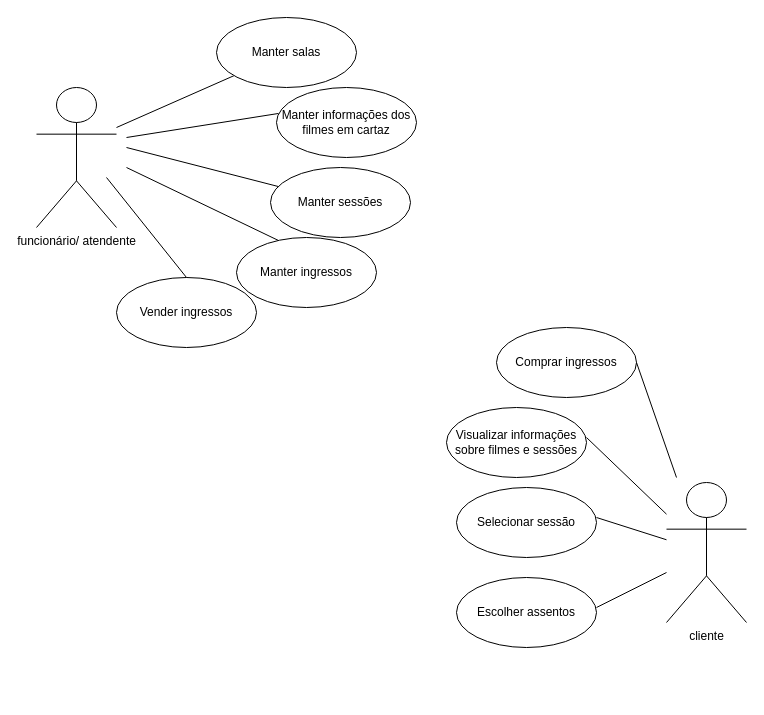
This is Exercício 1 - diagrama de caso de uso.drawio from LordKastorino/exerciciosCasoDeUso, a draw.io file, before an edit. Source tidied: cells renumbered, new cells numbered last; positions are measured from the earlier drawing's top-left corner, leaving out a move shared by most shapes. Both pictures are drawn from the tidied source at 100%, with x=0, y=0 at pixel (36, 17).
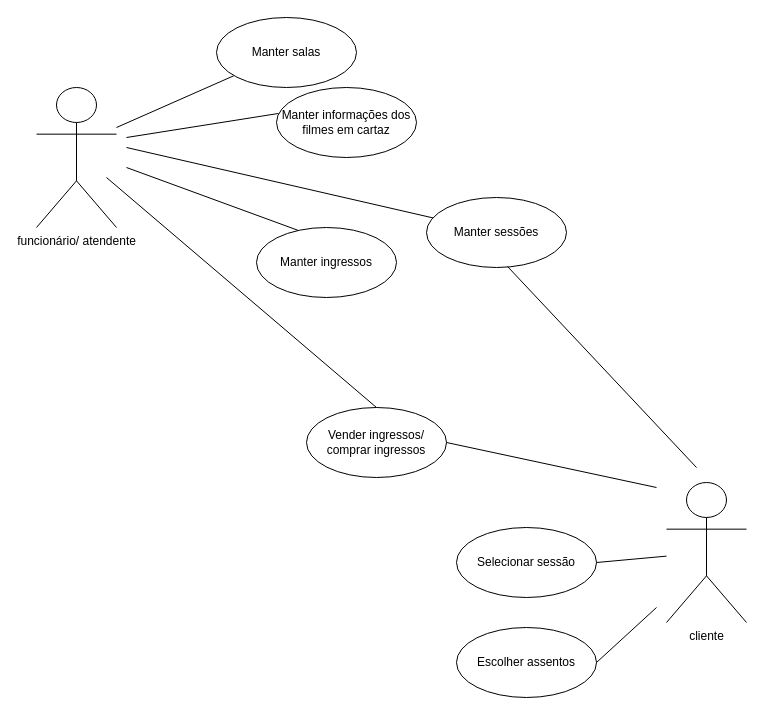
The same diagram, later.

Unchanged cells that the change refers to:
```xml
<mxCell id="11" value="cliente" style="shape=umlActor;html=1;verticalLabelPosition=bottom;verticalAlign=top;align=center;" parent="1" vertex="1">
  <mxGeometry x="630" y="465" width="80" height="140" as="geometry" />
</mxCell>
```

Diff of the diagram source:
```diff
@@
     <mxCell id="7" value="Manter sessões" style="ellipse;whiteSpace=wrap;html=1;" parent="1" vertex="1">
-      <mxGeometry x="234" y="150" width="140" height="70" as="geometry" />
+      <mxGeometry x="390" y="180" width="140" height="70" as="geometry" />
     </mxCell>
@@
     <mxCell id="9" value="Manter ingressos" style="ellipse;whiteSpace=wrap;html=1;" parent="1" vertex="1">
-      <mxGeometry x="200" y="220" width="140" height="70" as="geometry" />
+      <mxGeometry x="220" y="210" width="140" height="70" as="geometry" />
     </mxCell>
@@
-    <mxCell id="12" value="Vender ingressos" style="ellipse;whiteSpace=wrap;html=1;" parent="1" vertex="1">
-      <mxGeometry x="80" y="260" width="140" height="70" as="geometry" />
+    <mxCell id="12" value="Vender ingressos/ comprar ingressos" style="ellipse;whiteSpace=wrap;html=1;" parent="1" vertex="1">
+      <mxGeometry x="270" y="390" width="140" height="70" as="geometry" />
     </mxCell>
@@
-    <mxCell id="14" value="Comprar ingressos" style="ellipse;whiteSpace=wrap;html=1;" parent="1" vertex="1">
-      <mxGeometry x="460" y="310" width="140" height="70" as="geometry" />
-    </mxCell>
-    <mxCell id="15" style="rounded=0;jettySize=auto;html=1;endArrow=none;endFill=0;entryX=1;entryY=0.5;entryDx=0;entryDy=0;" parent="1" edge="1" target="14">
+    <mxCell id="15" style="rounded=0;jettySize=auto;html=1;endArrow=none;endFill=0;entryX=1;entryY=0.5;entryDx=0;entryDy=0;" parent="1" edge="1" target="12">
       <mxGeometry relative="1" as="geometry">
-        <mxPoint x="640" y="460" as="sourcePoint" />
+        <mxPoint x="620" y="470" as="sourcePoint" />
       </mxGeometry>
     </mxCell>
-    <mxCell id="16" value="Visualizar informações sobre filmes e sessões" style="ellipse;whiteSpace=wrap;html=1;" parent="1" vertex="1">
-      <mxGeometry x="410" y="390" width="140" height="70" as="geometry" />
-    </mxCell>
-    <mxCell id="17" style="rounded=0;jettySize=auto;html=1;endArrow=none;endFill=0;entryX=1;entryY=0.5;entryDx=0;entryDy=0;" parent="1" edge="1" source="11">
+    <mxCell id="17" style="rounded=0;jettySize=auto;html=1;endArrow=none;endFill=0;entryX=0.579;entryY=0.986;entryDx=0;entryDy=0;entryPerimeter=0;" parent="1" edge="1" target="7">
       <mxGeometry relative="1" as="geometry">
-        <mxPoint x="550" y="420" as="targetPoint" />
+        <mxPoint x="660" y="450" as="sourcePoint" />
       </mxGeometry>
     </mxCell>
     <mxCell id="18" value="Selecionar sessão" style="ellipse;whiteSpace=wrap;html=1;" parent="1" vertex="1">
-      <mxGeometry x="420" y="470" width="140" height="70" as="geometry" />
+      <mxGeometry x="420" y="510" width="140" height="70" as="geometry" />
     </mxCell>
-    <mxCell id="19" style="rounded=0;jettySize=auto;html=1;endArrow=none;endFill=0;entryX=1;entryY=0.5;entryDx=0;entryDy=0;" parent="1" edge="1" source="11">
-      <mxGeometry relative="1" as="geometry">
-        <mxPoint x="560" y="500" as="targetPoint" />
-      </mxGeometry>
+    <mxCell id="19" style="rounded=0;jettySize=auto;html=1;endArrow=none;endFill=0;entryX=1;entryY=0.5;entryDx=0;entryDy=0;" parent="1" edge="1" source="11" target="18">
+      <mxGeometry relative="1" as="geometry" />
     </mxCell>
     <mxCell id="20" value="Escolher assentos" style="ellipse;whiteSpace=wrap;html=1;" parent="1" vertex="1">
-      <mxGeometry x="420" y="560" width="140" height="70" as="geometry" />
+      <mxGeometry x="420" y="610" width="140" height="70" as="geometry" />
     </mxCell>
-    <mxCell id="21" style="rounded=0;jettySize=auto;html=1;endArrow=none;endFill=0;entryX=1;entryY=0.5;entryDx=0;entryDy=0;" parent="1" edge="1" source="11">
+    <mxCell id="21" style="rounded=0;jettySize=auto;html=1;endArrow=none;endFill=0;entryX=1;entryY=0.5;entryDx=0;entryDy=0;" parent="1" edge="1" target="20">
       <mxGeometry relative="1" as="geometry">
-        <mxPoint x="560" y="590" as="targetPoint" />
+        <mxPoint x="620" y="590" as="sourcePoint" />
       </mxGeometry>
     </mxCell>
```
